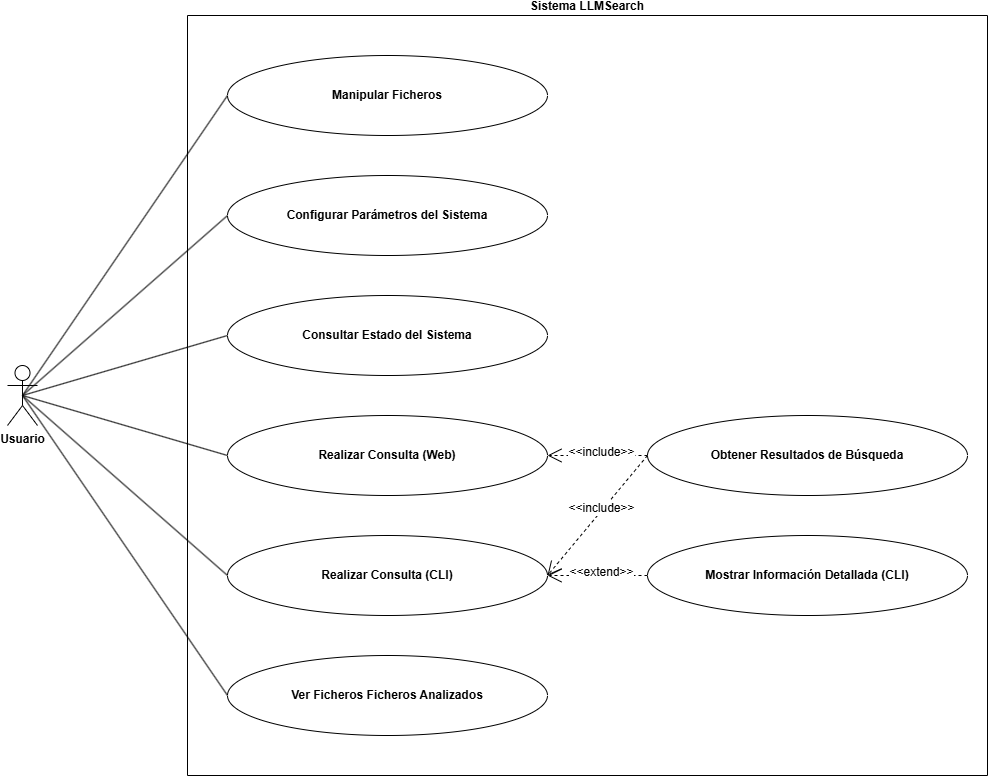
Above: memoria/archivos/casos_de_uso.png in Nekoraru22/TFG-LLMSearch (draw.io), before the change. Source tidied: cells renumbered, new cells last; positions are measured from the earlier drawing's top-left corner, leaving out a move shared by most shapes.
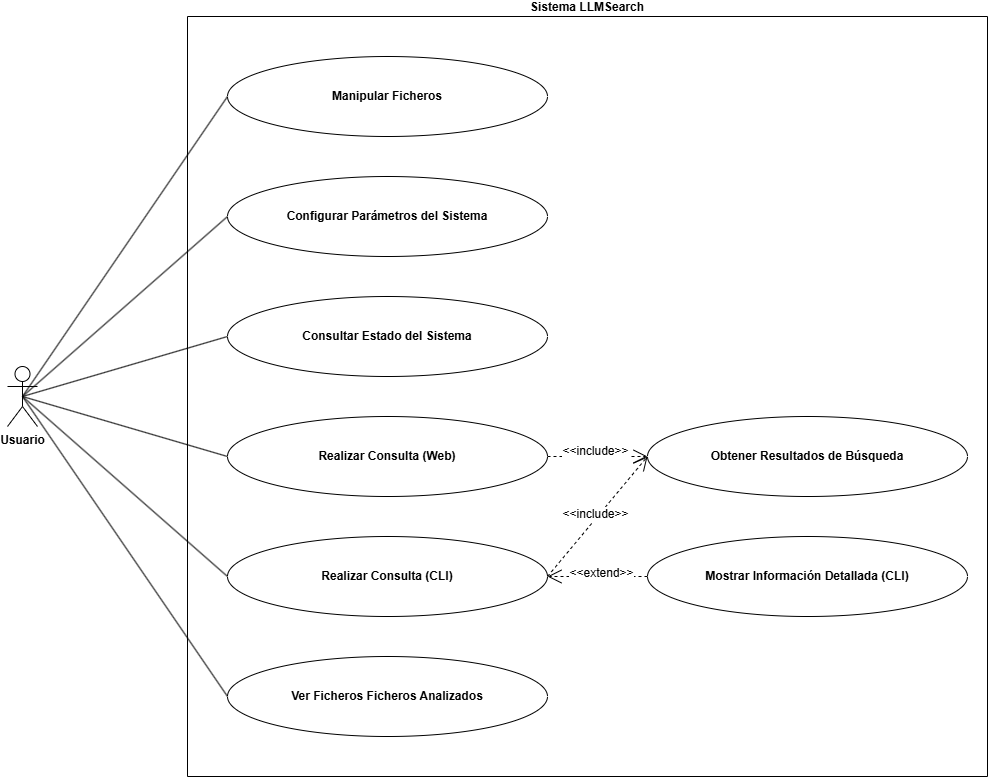
After the commit.

Diff of the diagram source:
```diff
@@ -40,7 +40,7 @@
         <mxPoint y="-5" as="offset" />
       </mxGeometry>
     </mxCell>
-    <mxCell id="14" style="endArrow=open;endFill=1;endSize=12;html=1;rounded=0;entryX=1;entryY=0.5;exitX=0;exitY=0.5;exitDx=0;exitDy=0;entryDx=0;entryDy=0;dashed=1;" parent="3" edge="1" source="10" target="8">
+    <mxCell id="14" style="endArrow=open;endFill=1;endSize=12;html=1;rounded=0;entryX=0;entryY=0.5;exitX=1;exitY=0.5;exitDx=0;exitDy=0;entryDx=0;entryDy=0;dashed=1;" parent="3" edge="1" source="8" target="10">
       <mxGeometry relative="1" as="geometry" />
     </mxCell>
     <mxCell id="15" value="&amp;lt;&amp;lt;include&amp;gt;&amp;gt;" style="edgeLabel;html=1;align=center;verticalAlign=middle;fontSize=12;" parent="14" vertex="1">
@@ -48,7 +48,7 @@
         <mxPoint y="-5" as="offset" />
       </mxGeometry>
     </mxCell>
-    <mxCell id="16" style="endArrow=open;endFill=1;endSize=12;html=1;rounded=0;entryX=1;entryY=0.5;exitX=0;exitY=0.5;exitDx=0;exitDy=0;entryDx=0;entryDy=0;dashed=1;" parent="3" edge="1" source="10" target="9">
+    <mxCell id="16" style="endArrow=open;endFill=1;endSize=12;html=1;rounded=0;entryX=0;entryY=0.5;exitX=1;exitY=0.5;exitDx=0;exitDy=0;entryDx=0;entryDy=0;dashed=1;" parent="3" edge="1" source="9" target="10">
       <mxGeometry relative="1" as="geometry" />
     </mxCell>
     <mxCell id="17" value="&amp;lt;&amp;lt;include&amp;gt;&amp;gt;" style="edgeLabel;html=1;align=center;verticalAlign=middle;fontSize=12;" parent="16" vertex="1">
```
